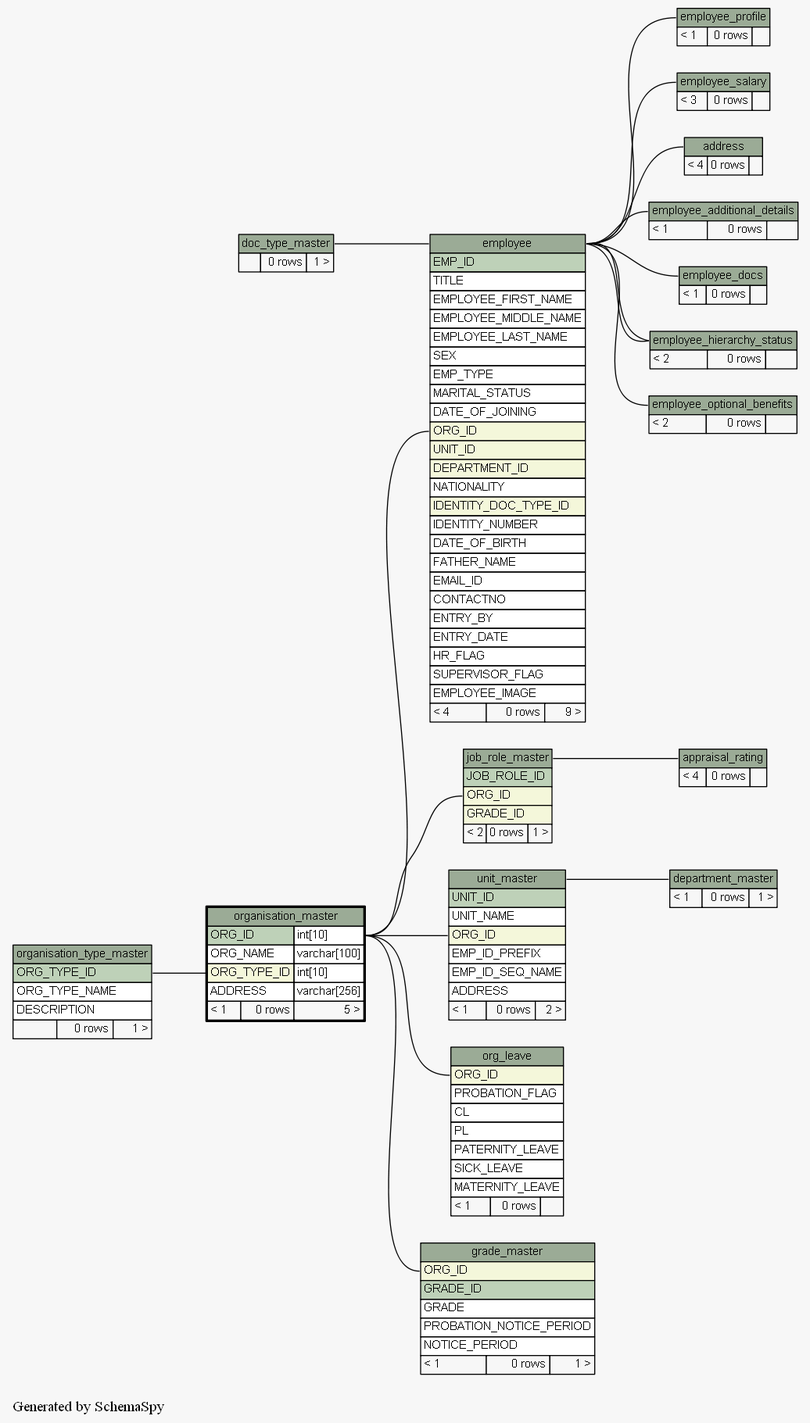
Above: docs/database/schemaspy/graphs/organisation_master.2degrees.png in engineerscraft/hrms (Graphviz), before the change. Its source is kept beside it as docs/database/schemaspy/graphs/organisation_master.2degrees.dot. The source it was exported from:
```dot
digraph "twoDegreesRelationshipsGraph" {
  graph [
    rankdir="RL"
    bgcolor="#f7f7f7"
    label="\nGenerated by SchemaSpy"
    labeljust="l"
  ];
  node [
    fontname="Helvetica"
    fontsize="11"
    shape="plaintext"
  ];
  edge [
    arrowsize="0.8"
  ];
  "address":"address.heading":w -> "employee":"employee.heading":e [arrowtail=tee arrowhead=none];
  "appraisal_rating":"appraisal_rating.heading":w -> "job_role_master":"job_role_master.heading":e [arrowtail=crowodot arrowhead=none];
  "department_master":"department_master.heading":w -> "unit_master":"unit_master.heading":e [arrowtail=crowodot arrowhead=none];
  "employee":"employee.heading":w -> "doc_type_master":"doc_type_master.heading":e [arrowtail=crowodot arrowhead=none];
  "employee":"ORG_ID":w -> "organisation_master":"ORG_ID.type":e [arrowtail=crowodot arrowhead=none];
  "employee_additional_details":"employee_additional_details.heading":w -> "employee":"employee.heading":e [arrowtail=tee arrowhead=none];
  "employee_docs":"employee_docs.heading":w -> "employee":"employee.heading":e [arrowtail=crowtee arrowhead=none];
  "employee_hierarchy_status":"employee_hierarchy_status.heading":w -> "employee":"employee.heading":e [arrowtail=tee arrowhead=none];
  "employee_hierarchy_status":"employee_hierarchy_status.heading":w -> "employee":"employee.heading":e [arrowtail=crowodot arrowhead=none];
  "employee_optional_benefits":"employee_optional_benefits.heading":w -> "employee":"employee.heading":e [arrowtail=crowodot arrowhead=none];
  "employee_profile":"employee_profile.heading":w -> "employee":"employee.heading":e [arrowtail=tee arrowhead=none];
  "employee_salary":"employee_salary.heading":w -> "employee":"employee.heading":e [arrowtail=crowtee arrowhead=none];
  "grade_master":"ORG_ID":w -> "organisation_master":"ORG_ID.type":e [arrowtail=crowodot arrowhead=none];
  "job_role_master":"ORG_ID":w -> "organisation_master":"ORG_ID.type":e [arrowtail=crowodot arrowhead=none];
  "org_leave":"ORG_ID":w -> "organisation_master":"ORG_ID.type":e [arrowtail=crowodot arrowhead=none];
  "organisation_master":"ORG_TYPE_ID":w -> "organisation_type_master":"ORG_TYPE_ID":e [arrowtail=crowodot arrowhead=none];
  "unit_master":"ORG_ID":w -> "organisation_master":"ORG_ID.type":e [arrowtail=crowodot arrowhead=none];
  "address" [
    label=<
    <TABLE BORDER="0" CELLBORDER="1" CELLSPACING="0" BGCOLOR="#ffffff">
      <TR><TD PORT="address.heading" COLSPAN="3" BGCOLOR="#9bab96" ALIGN="CENTER">address</TD></TR>
      <TR><TD ALIGN="LEFT" BGCOLOR="#f7f7f7">&lt; 4</TD><TD ALIGN="RIGHT" BGCOLOR="#f7f7f7">0 rows</TD><TD ALIGN="RIGHT" BGCOLOR="#f7f7f7">  </TD></TR>
    </TABLE>>
    URL="address.html#graph"
    tooltip="address"
  ];
  "appraisal_rating" [
    label=<
    <TABLE BORDER="0" CELLBORDER="1" CELLSPACING="0" BGCOLOR="#ffffff">
      <TR><TD PORT="appraisal_rating.heading" COLSPAN="3" BGCOLOR="#9bab96" ALIGN="CENTER">appraisal_rating</TD></TR>
      <TR><TD ALIGN="LEFT" BGCOLOR="#f7f7f7">&lt; 4</TD><TD ALIGN="RIGHT" BGCOLOR="#f7f7f7">0 rows</TD><TD ALIGN="RIGHT" BGCOLOR="#f7f7f7">  </TD></TR>
    </TABLE>>
    URL="appraisal_rating.html#graph"
    tooltip="appraisal_rating"
  ];
  "department_master" [
    label=<
    <TABLE BORDER="0" CELLBORDER="1" CELLSPACING="0" BGCOLOR="#ffffff">
      <TR><TD PORT="department_master.heading" COLSPAN="3" BGCOLOR="#9bab96" ALIGN="CENTER">department_master</TD></TR>
      <TR><TD ALIGN="LEFT" BGCOLOR="#f7f7f7">&lt; 1</TD><TD ALIGN="RIGHT" BGCOLOR="#f7f7f7">0 rows</TD><TD ALIGN="RIGHT" BGCOLOR="#f7f7f7">1 &gt;</TD></TR>
    </TABLE>>
    URL="department_master.html#graph"
    tooltip="department_master"
  ];
  "doc_type_master" [
    label=<
    <TABLE BORDER="0" CELLBORDER="1" CELLSPACING="0" BGCOLOR="#ffffff">
      <TR><TD PORT="doc_type_master.heading" COLSPAN="3" BGCOLOR="#9bab96" ALIGN="CENTER">doc_type_master</TD></TR>
      <TR><TD ALIGN="LEFT" BGCOLOR="#f7f7f7">  </TD><TD ALIGN="RIGHT" BGCOLOR="#f7f7f7">0 rows</TD><TD ALIGN="RIGHT" BGCOLOR="#f7f7f7">1 &gt;</TD></TR>
    </TABLE>>
    URL="doc_type_master.html#graph"
    tooltip="doc_type_master"
  ];
  "employee" [
    label=<
    <TABLE BORDER="0" CELLBORDER="1" CELLSPACING="0" BGCOLOR="#ffffff">
      <TR><TD PORT="employee.heading" COLSPAN="3" BGCOLOR="#9bab96" ALIGN="CENTER">employee</TD></TR>
      <TR><TD PORT="EMP_ID" COLSPAN="3" BGCOLOR="#bed1b8" ALIGN="LEFT">EMP_ID</TD></TR>
      <TR><TD PORT="TITLE" COLSPAN="3" ALIGN="LEFT">TITLE</TD></TR>
      <TR><TD PORT="EMPLOYEE_FIRST_NAME" COLSPAN="3" ALIGN="LEFT">EMPLOYEE_FIRST_NAME</TD></TR>
      <TR><TD PORT="EMPLOYEE_MIDDLE_NAME" COLSPAN="3" ALIGN="LEFT">EMPLOYEE_MIDDLE_NAME</TD></TR>
      <TR><TD PORT="EMPLOYEE_LAST_NAME" COLSPAN="3" ALIGN="LEFT">EMPLOYEE_LAST_NAME</TD></TR>
      <TR><TD PORT="SEX" COLSPAN="3" ALIGN="LEFT">SEX</TD></TR>
      <TR><TD PORT="EMP_TYPE" COLSPAN="3" ALIGN="LEFT">EMP_TYPE</TD></TR>
      <TR><TD PORT="MARITAL_STATUS" COLSPAN="3" ALIGN="LEFT">MARITAL_STATUS</TD></TR>
      <TR><TD PORT="DATE_OF_JOINING" COLSPAN="3" ALIGN="LEFT">DATE_OF_JOINING</TD></TR>
      <TR><TD PORT="ORG_ID" COLSPAN="3" BGCOLOR="#f4f7da" ALIGN="LEFT">ORG_ID</TD></TR>
      <TR><TD PORT="UNIT_ID" COLSPAN="3" BGCOLOR="#f4f7da" ALIGN="LEFT">UNIT_ID</TD></TR>
      <TR><TD PORT="DEPARTMENT_ID" COLSPAN="3" BGCOLOR="#f4f7da" ALIGN="LEFT">DEPARTMENT_ID</TD></TR>
      <TR><TD PORT="NATIONALITY" COLSPAN="3" ALIGN="LEFT">NATIONALITY</TD></TR>
      <TR><TD PORT="IDENTITY_DOC_TYPE_ID" COLSPAN="3" BGCOLOR="#f4f7da" ALIGN="LEFT">IDENTITY_DOC_TYPE_ID</TD></TR>
      <TR><TD PORT="IDENTITY_NUMBER" COLSPAN="3" ALIGN="LEFT">IDENTITY_NUMBER</TD></TR>
      <TR><TD PORT="DATE_OF_BIRTH" COLSPAN="3" ALIGN="LEFT">DATE_OF_BIRTH</TD></TR>
      <TR><TD PORT="FATHER_NAME" COLSPAN="3" ALIGN="LEFT">FATHER_NAME</TD></TR>
      <TR><TD PORT="EMAIL_ID" COLSPAN="3" ALIGN="LEFT">EMAIL_ID</TD></TR>
      <TR><TD PORT="CONTACTNO" COLSPAN="3" ALIGN="LEFT">CONTACTNO</TD></TR>
      <TR><TD PORT="ENTRY_BY" COLSPAN="3" ALIGN="LEFT">ENTRY_BY</TD></TR>
      <TR><TD PORT="ENTRY_DATE" COLSPAN="3" ALIGN="LEFT">ENTRY_DATE</TD></TR>
      <TR><TD PORT="HR_FLAG" COLSPAN="3" ALIGN="LEFT">HR_FLAG</TD></TR>
      <TR><TD PORT="SUPERVISOR_FLAG" COLSPAN="3" ALIGN="LEFT">SUPERVISOR_FLAG</TD></TR>
      <TR><TD PORT="EMPLOYEE_IMAGE" COLSPAN="3" ALIGN="LEFT">EMPLOYEE_IMAGE</TD></TR>
      <TR><TD ALIGN="LEFT" BGCOLOR="#f7f7f7">&lt; 4</TD><TD ALIGN="RIGHT" BGCOLOR="#f7f7f7">0 rows</TD><TD ALIGN="RIGHT" BGCOLOR="#f7f7f7">9 &gt;</TD></TR>
    </TABLE>>
    URL="employee.html#graph"
    tooltip="employee"
  ];
  "employee_additional_details" [
    label=<
    <TABLE BORDER="0" CELLBORDER="1" CELLSPACING="0" BGCOLOR="#ffffff">
      <TR><TD PORT="employee_additional_details.heading" COLSPAN="3" BGCOLOR="#9bab96" ALIGN="CENTER">employee_additional_details</TD></TR>
      <TR><TD ALIGN="LEFT" BGCOLOR="#f7f7f7">&lt; 1</TD><TD ALIGN="RIGHT" BGCOLOR="#f7f7f7">0 rows</TD><TD ALIGN="RIGHT" BGCOLOR="#f7f7f7">  </TD></TR>
    </TABLE>>
    URL="employee_additional_details.html#graph"
    tooltip="employee_additional_details"
  ];
  "employee_docs" [
    label=<
    <TABLE BORDER="0" CELLBORDER="1" CELLSPACING="0" BGCOLOR="#ffffff">
      <TR><TD PORT="employee_docs.heading" COLSPAN="3" BGCOLOR="#9bab96" ALIGN="CENTER">employee_docs</TD></TR>
      <TR><TD ALIGN="LEFT" BGCOLOR="#f7f7f7">&lt; 1</TD><TD ALIGN="RIGHT" BGCOLOR="#f7f7f7">0 rows</TD><TD ALIGN="RIGHT" BGCOLOR="#f7f7f7">  </TD></TR>
    </TABLE>>
    URL="employee_docs.html#graph"
    tooltip="employee_docs"
  ];
  "employee_hierarchy_status" [
    label=<
    <TABLE BORDER="0" CELLBORDER="1" CELLSPACING="0" BGCOLOR="#ffffff">
      <TR><TD PORT="employee_hierarchy_status.heading" COLSPAN="3" BGCOLOR="#9bab96" ALIGN="CENTER">employee_hierarchy_status</TD></TR>
      <TR><TD ALIGN="LEFT" BGCOLOR="#f7f7f7">&lt; 2</TD><TD ALIGN="RIGHT" BGCOLOR="#f7f7f7">0 rows</TD><TD ALIGN="RIGHT" BGCOLOR="#f7f7f7">  </TD></TR>
    </TABLE>>
    URL="employee_hierarchy_status.html#graph"
    tooltip="employee_hierarchy_status"
  ];
  "employee_optional_benefits" [
    label=<
    <TABLE BORDER="0" CELLBORDER="1" CELLSPACING="0" BGCOLOR="#ffffff">
      <TR><TD PORT="employee_optional_benefits.heading" COLSPAN="3" BGCOLOR="#9bab96" ALIGN="CENTER">employee_optional_benefits</TD></TR>
      <TR><TD ALIGN="LEFT" BGCOLOR="#f7f7f7">&lt; 2</TD><TD ALIGN="RIGHT" BGCOLOR="#f7f7f7">0 rows</TD><TD ALIGN="RIGHT" BGCOLOR="#f7f7f7">  </TD></TR>
    </TABLE>>
    URL="employee_optional_benefits.html#graph"
    tooltip="employee_optional_benefits"
  ];
  "employee_profile" [
    label=<
    <TABLE BORDER="0" CELLBORDER="1" CELLSPACING="0" BGCOLOR="#ffffff">
      <TR><TD PORT="employee_profile.heading" COLSPAN="3" BGCOLOR="#9bab96" ALIGN="CENTER">employee_profile</TD></TR>
      <TR><TD ALIGN="LEFT" BGCOLOR="#f7f7f7">&lt; 1</TD><TD ALIGN="RIGHT" BGCOLOR="#f7f7f7">0 rows</TD><TD ALIGN="RIGHT" BGCOLOR="#f7f7f7">  </TD></TR>
    </TABLE>>
    URL="employee_profile.html#graph"
    tooltip="employee_profile"
  ];
  "employee_salary" [
    label=<
    <TABLE BORDER="0" CELLBORDER="1" CELLSPACING="0" BGCOLOR="#ffffff">
      <TR><TD PORT="employee_salary.heading" COLSPAN="3" BGCOLOR="#9bab96" ALIGN="CENTER">employee_salary</TD></TR>
      <TR><TD ALIGN="LEFT" BGCOLOR="#f7f7f7">&lt; 3</TD><TD ALIGN="RIGHT" BGCOLOR="#f7f7f7">0 rows</TD><TD ALIGN="RIGHT" BGCOLOR="#f7f7f7">  </TD></TR>
    </TABLE>>
    URL="employee_salary.html#graph"
    tooltip="employee_salary"
  ];
  "grade_master" [
    label=<
    <TABLE BORDER="0" CELLBORDER="1" CELLSPACING="0" BGCOLOR="#ffffff">
      <TR><TD PORT="grade_master.heading" COLSPAN="3" BGCOLOR="#9bab96" ALIGN="CENTER">grade_master</TD></TR>
      <TR><TD PORT="ORG_ID" COLSPAN="3" BGCOLOR="#f4f7da" ALIGN="LEFT">ORG_ID</TD></TR>
      <TR><TD PORT="GRADE_ID" COLSPAN="3" BGCOLOR="#bed1b8" ALIGN="LEFT">GRADE_ID</TD></TR>
      <TR><TD PORT="GRADE" COLSPAN="3" ALIGN="LEFT">GRADE</TD></TR>
      <TR><TD PORT="PROBATION_NOTICE_PERIOD" COLSPAN="3" ALIGN="LEFT">PROBATION_NOTICE_PERIOD</TD></TR>
      <TR><TD PORT="NOTICE_PERIOD" COLSPAN="3" ALIGN="LEFT">NOTICE_PERIOD</TD></TR>
      <TR><TD ALIGN="LEFT" BGCOLOR="#f7f7f7">&lt; 1</TD><TD ALIGN="RIGHT" BGCOLOR="#f7f7f7">0 rows</TD><TD ALIGN="RIGHT" BGCOLOR="#f7f7f7">1 &gt;</TD></TR>
    </TABLE>>
    URL="grade_master.html#graph"
    tooltip="grade_master"
  ];
  "job_role_master" [
    label=<
    <TABLE BORDER="0" CELLBORDER="1" CELLSPACING="0" BGCOLOR="#ffffff">
      <TR><TD PORT="job_role_master.heading" COLSPAN="3" BGCOLOR="#9bab96" ALIGN="CENTER">job_role_master</TD></TR>
      <TR><TD PORT="JOB_ROLE_ID" COLSPAN="3" BGCOLOR="#bed1b8" ALIGN="LEFT">JOB_ROLE_ID</TD></TR>
      <TR><TD PORT="ORG_ID" COLSPAN="3" BGCOLOR="#f4f7da" ALIGN="LEFT">ORG_ID</TD></TR>
      <TR><TD PORT="GRADE_ID" COLSPAN="3" BGCOLOR="#f4f7da" ALIGN="LEFT">GRADE_ID</TD></TR>
      <TR><TD ALIGN="LEFT" BGCOLOR="#f7f7f7">&lt; 2</TD><TD ALIGN="RIGHT" BGCOLOR="#f7f7f7">0 rows</TD><TD ALIGN="RIGHT" BGCOLOR="#f7f7f7">1 &gt;</TD></TR>
    </TABLE>>
    URL="job_role_master.html#graph"
    tooltip="job_role_master"
  ];
  "org_leave" [
    label=<
    <TABLE BORDER="0" CELLBORDER="1" CELLSPACING="0" BGCOLOR="#ffffff">
      <TR><TD PORT="org_leave.heading" COLSPAN="3" BGCOLOR="#9bab96" ALIGN="CENTER">org_leave</TD></TR>
      <TR><TD PORT="ORG_ID" COLSPAN="3" BGCOLOR="#f4f7da" ALIGN="LEFT">ORG_ID</TD></TR>
      <TR><TD PORT="PROBATION_FLAG" COLSPAN="3" ALIGN="LEFT">PROBATION_FLAG</TD></TR>
      <TR><TD PORT="CL" COLSPAN="3" ALIGN="LEFT">CL</TD></TR>
      <TR><TD PORT="PL" COLSPAN="3" ALIGN="LEFT">PL</TD></TR>
      <TR><TD PORT="PATERNITY_LEAVE" COLSPAN="3" ALIGN="LEFT">PATERNITY_LEAVE</TD></TR>
      <TR><TD PORT="SICK_LEAVE" COLSPAN="3" ALIGN="LEFT">SICK_LEAVE</TD></TR>
      <TR><TD PORT="MATERNITY_LEAVE" COLSPAN="3" ALIGN="LEFT">MATERNITY_LEAVE</TD></TR>
      <TR><TD ALIGN="LEFT" BGCOLOR="#f7f7f7">&lt; 1</TD><TD ALIGN="RIGHT" BGCOLOR="#f7f7f7">0 rows</TD><TD ALIGN="RIGHT" BGCOLOR="#f7f7f7">  </TD></TR>
    </TABLE>>
    URL="org_leave.html#graph"
    tooltip="org_leave"
  ];
  "organisation_master" [
    label=<
    <TABLE BORDER="2" CELLBORDER="1" CELLSPACING="0" BGCOLOR="#ffffff">
      <TR><TD PORT="organisation_master.heading" COLSPAN="3" BGCOLOR="#9bab96" ALIGN="CENTER">organisation_master</TD></TR>
      <TR><TD PORT="ORG_ID" COLSPAN="2" BGCOLOR="#bed1b8" ALIGN="LEFT">ORG_ID</TD><TD PORT="ORG_ID.type" ALIGN="LEFT">int[10]</TD></TR>
      <TR><TD PORT="ORG_NAME" COLSPAN="2" ALIGN="LEFT">ORG_NAME</TD><TD PORT="ORG_NAME.type" ALIGN="LEFT">varchar[100]</TD></TR>
      <TR><TD PORT="ORG_TYPE_ID" COLSPAN="2" BGCOLOR="#f4f7da" ALIGN="LEFT">ORG_TYPE_ID</TD><TD PORT="ORG_TYPE_ID.type" ALIGN="LEFT">int[10]</TD></TR>
      <TR><TD PORT="ADDRESS" COLSPAN="2" ALIGN="LEFT">ADDRESS</TD><TD PORT="ADDRESS.type" ALIGN="LEFT">varchar[256]</TD></TR>
      <TR><TD ALIGN="LEFT" BGCOLOR="#f7f7f7">&lt; 1</TD><TD ALIGN="RIGHT" BGCOLOR="#f7f7f7">0 rows</TD><TD ALIGN="RIGHT" BGCOLOR="#f7f7f7">5 &gt;</TD></TR>
    </TABLE>>
    URL="organisation_master.html#"
    tooltip="organisation_master"
  ];
  "organisation_type_master" [
    label=<
    <TABLE BORDER="0" CELLBORDER="1" CELLSPACING="0" BGCOLOR="#ffffff">
      <TR><TD PORT="organisation_type_master.heading" COLSPAN="3" BGCOLOR="#9bab96" ALIGN="CENTER">organisation_type_master</TD></TR>
      <TR><TD PORT="ORG_TYPE_ID" COLSPAN="3" BGCOLOR="#bed1b8" ALIGN="LEFT">ORG_TYPE_ID</TD></TR>
      <TR><TD PORT="ORG_TYPE_NAME" COLSPAN="3" ALIGN="LEFT">ORG_TYPE_NAME</TD></TR>
      <TR><TD PORT="DESCRIPTION" COLSPAN="3" ALIGN="LEFT">DESCRIPTION</TD></TR>
      <TR><TD ALIGN="LEFT" BGCOLOR="#f7f7f7">  </TD><TD ALIGN="RIGHT" BGCOLOR="#f7f7f7">0 rows</TD><TD ALIGN="RIGHT" BGCOLOR="#f7f7f7">1 &gt;</TD></TR>
    </TABLE>>
    URL="organisation_type_master.html#graph"
    tooltip="organisation_type_master"
  ];
  "unit_master" [
    label=<
    <TABLE BORDER="0" CELLBORDER="1" CELLSPACING="0" BGCOLOR="#ffffff">
      <TR><TD PORT="unit_master.heading" COLSPAN="3" BGCOLOR="#9bab96" ALIGN="CENTER">unit_master</TD></TR>
      <TR><TD PORT="UNIT_ID" COLSPAN="3" BGCOLOR="#bed1b8" ALIGN="LEFT">UNIT_ID</TD></TR>
      <TR><TD PORT="UNIT_NAME" COLSPAN="3" ALIGN="LEFT">UNIT_NAME</TD></TR>
      <TR><TD PORT="ORG_ID" COLSPAN="3" BGCOLOR="#f4f7da" ALIGN="LEFT">ORG_ID</TD></TR>
      <TR><TD PORT="EMP_ID_PREFIX" COLSPAN="3" ALIGN="LEFT">EMP_ID_PREFIX</TD></TR>
      <TR><TD PORT="EMP_ID_SEQ_NAME" COLSPAN="3" ALIGN="LEFT">EMP_ID_SEQ_NAME</TD></TR>
      <TR><TD PORT="ADDRESS" COLSPAN="3" ALIGN="LEFT">ADDRESS</TD></TR>
      <TR><TD ALIGN="LEFT" BGCOLOR="#f7f7f7">&lt; 1</TD><TD ALIGN="RIGHT" BGCOLOR="#f7f7f7">0 rows</TD><TD ALIGN="RIGHT" BGCOLOR="#f7f7f7">2 &gt;</TD></TR>
    </TABLE>>
    URL="unit_master.html#graph"
    tooltip="unit_master"
  ];
}
```
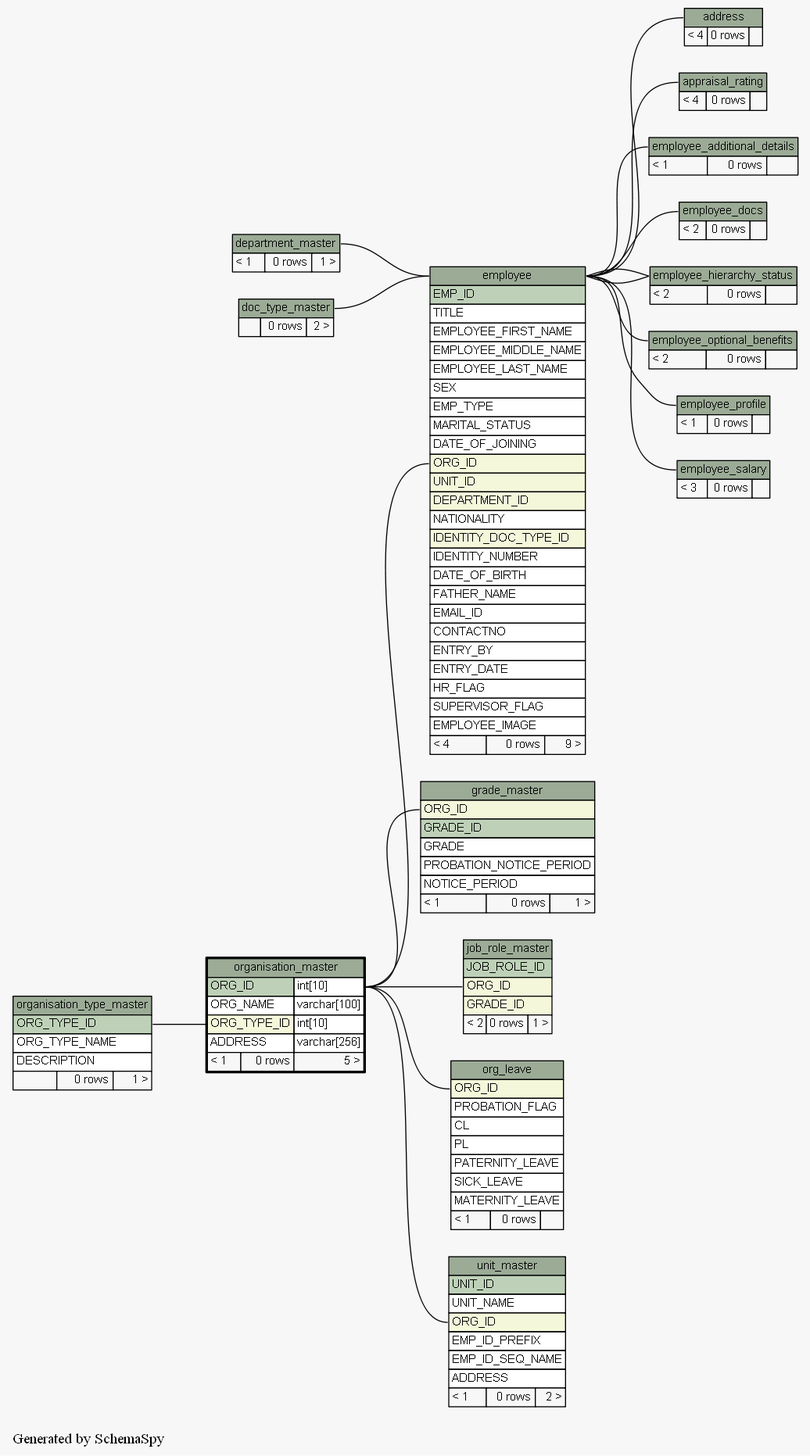
After the change.

Diff of the diagram source:
```diff
@@ -14,8 +14,8 @@
     arrowsize="0.8"
   ];
   "address":"address.heading":w -> "employee":"employee.heading":e [arrowtail=tee arrowhead=none];
-  "appraisal_rating":"appraisal_rating.heading":w -> "job_role_master":"job_role_master.heading":e [arrowtail=crowodot arrowhead=none];
-  "department_master":"department_master.heading":w -> "unit_master":"unit_master.heading":e [arrowtail=crowodot arrowhead=none];
+  "appraisal_rating":"appraisal_rating.heading":w -> "employee":"employee.heading":e [arrowtail=crowtee arrowhead=none];
+  "employee":"employee.heading":w -> "department_master":"department_master.heading":e [arrowtail=crowodot arrowhead=none];
   "employee":"employee.heading":w -> "doc_type_master":"doc_type_master.heading":e [arrowtail=crowodot arrowhead=none];
   "employee":"ORG_ID":w -> "organisation_master":"ORG_ID.type":e [arrowtail=crowodot arrowhead=none];
   "employee_additional_details":"employee_additional_details.heading":w -> "employee":"employee.heading":e [arrowtail=tee arrowhead=none];
@@ -61,7 +61,7 @@
     label=<
     <TABLE BORDER="0" CELLBORDER="1" CELLSPACING="0" BGCOLOR="#ffffff">
       <TR><TD PORT="doc_type_master.heading" COLSPAN="3" BGCOLOR="#9bab96" ALIGN="CENTER">doc_type_master</TD></TR>
-      <TR><TD ALIGN="LEFT" BGCOLOR="#f7f7f7">  </TD><TD ALIGN="RIGHT" BGCOLOR="#f7f7f7">0 rows</TD><TD ALIGN="RIGHT" BGCOLOR="#f7f7f7">1 &gt;</TD></TR>
+      <TR><TD ALIGN="LEFT" BGCOLOR="#f7f7f7">  </TD><TD ALIGN="RIGHT" BGCOLOR="#f7f7f7">0 rows</TD><TD ALIGN="RIGHT" BGCOLOR="#f7f7f7">2 &gt;</TD></TR>
     </TABLE>>
     URL="doc_type_master.html#graph"
     tooltip="doc_type_master"
@@ -112,7 +112,7 @@
     label=<
     <TABLE BORDER="0" CELLBORDER="1" CELLSPACING="0" BGCOLOR="#ffffff">
       <TR><TD PORT="employee_docs.heading" COLSPAN="3" BGCOLOR="#9bab96" ALIGN="CENTER">employee_docs</TD></TR>
-      <TR><TD ALIGN="LEFT" BGCOLOR="#f7f7f7">&lt; 1</TD><TD ALIGN="RIGHT" BGCOLOR="#f7f7f7">0 rows</TD><TD ALIGN="RIGHT" BGCOLOR="#f7f7f7">  </TD></TR>
+      <TR><TD ALIGN="LEFT" BGCOLOR="#f7f7f7">&lt; 2</TD><TD ALIGN="RIGHT" BGCOLOR="#f7f7f7">0 rows</TD><TD ALIGN="RIGHT" BGCOLOR="#f7f7f7">  </TD></TR>
     </TABLE>>
     URL="employee_docs.html#graph"
     tooltip="employee_docs"
```
